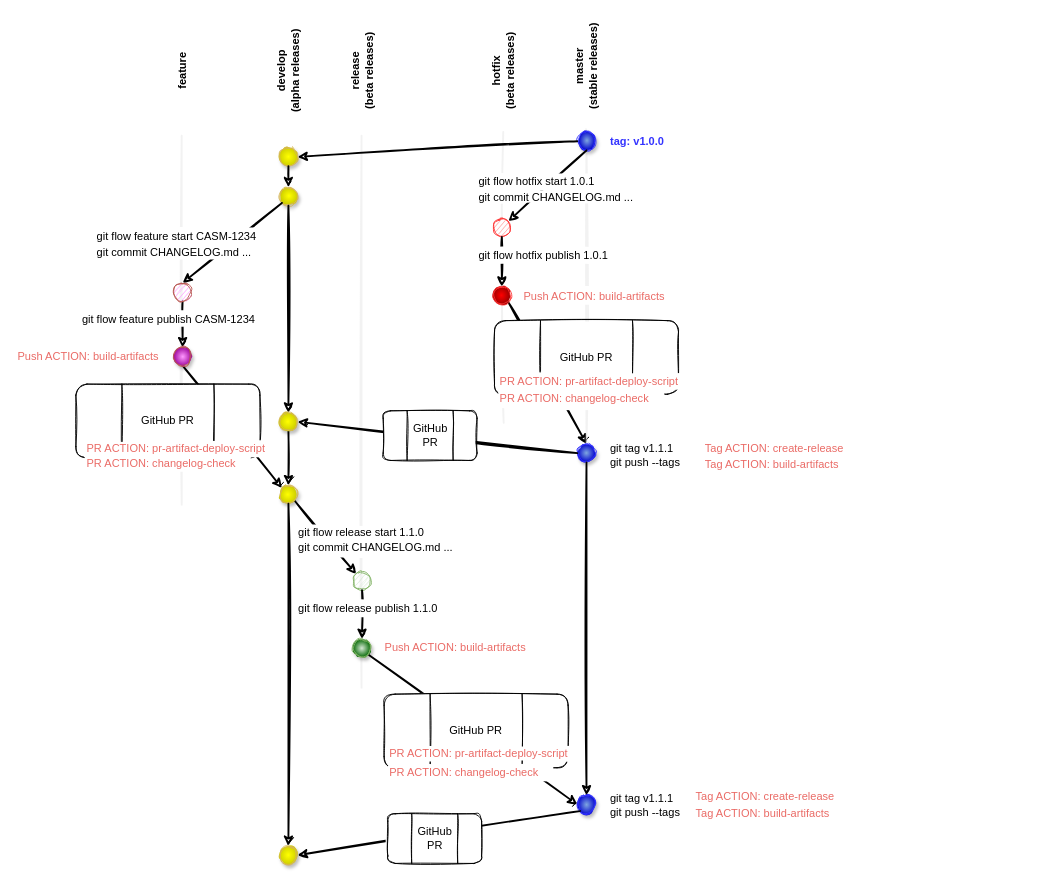
Before: diagrams/CSM Gitflow.drawio in rkleinman-hpe/gitflow, a draw.io diagram. Source tidied: cells renumbered, new cells numbered last; positions are measured from the earlier drawing's top-left corner, leaving out a move shared by most shapes. Both pictures are drawn from the tidied source at 92%, with x=0, y=0 at pixel (16, 52).
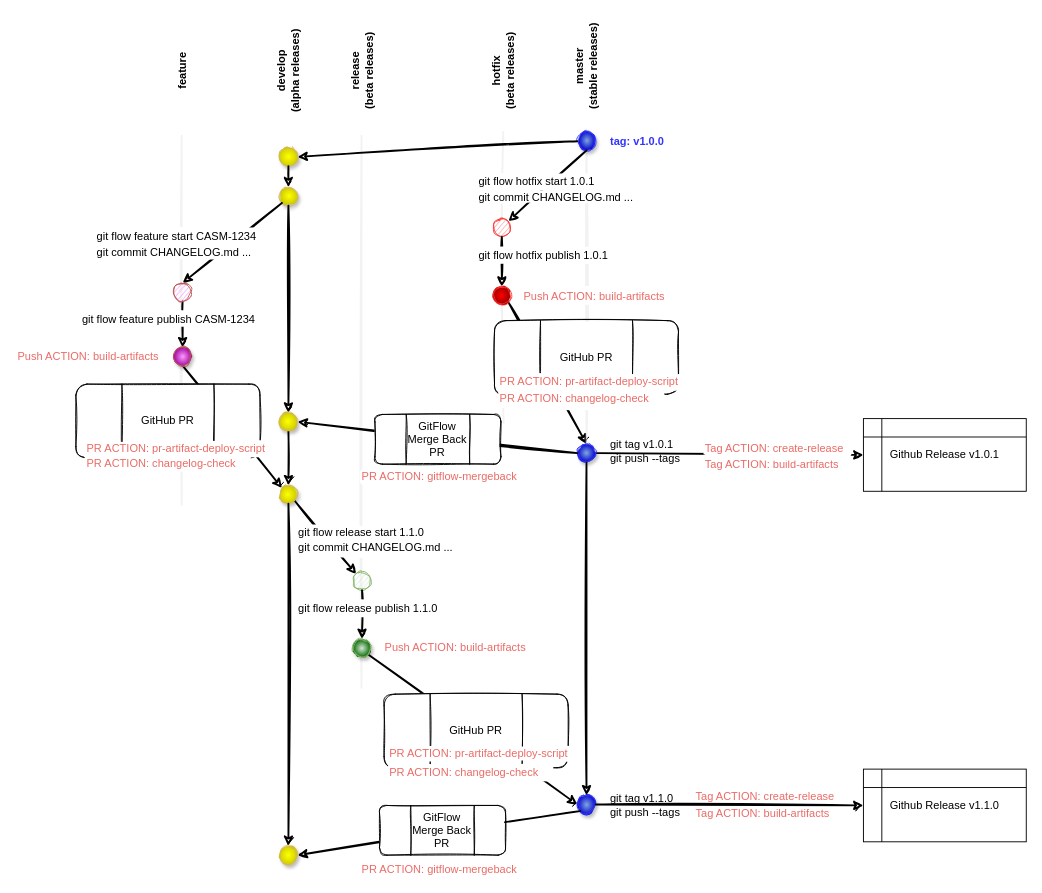
The same diagram, later.

Unchanged cells that the change refers to:
```xml
<mxCell id="40" style="ellipse;whiteSpace=wrap;html=1;fillColor=#7EA6E0;strokeColor=#3333FF;rounded=1;gradientColor=#0000CC;gradientDirection=radial;shadow=1;sketch=1;" parent="1" vertex="1">
  <mxGeometry x="610" y="807" width="20" height="20" as="geometry" />
</mxCell>
<mxCell id="58" style="ellipse;whiteSpace=wrap;html=1;fillColor=#7EA6E0;strokeColor=#3333FF;rounded=1;gradientColor=#0000CC;gradientDirection=radial;shadow=1;sketch=1;" parent="1" vertex="1">
  <mxGeometry x="610" y="425" width="20" height="20" as="geometry" />
</mxCell>
```

Diff of the diagram source:
```diff
@@
+    <mxCell id="76" style="rounded=1;jettySize=auto;html=1;exitX=1;exitY=0.5;exitDx=0;exitDy=0;entryX=0;entryY=0.5;entryDx=0;entryDy=0;endArrow=classic;endFill=1;startArrow=none;startFill=0;strokeWidth=2;sketch=1;" parent="1" edge="1" source="58" target="78">
+      <mxGeometry relative="1" as="geometry" />
+    </mxCell>
@@
     <mxCell id="57" value="&lt;font color=&quot;#ea6b66&quot;&gt;PR ACTION: pr-artifact-deploy-script&lt;/font&gt;" style="text;html=1;align=left;verticalAlign=middle;fillColor=default;strokeColor=none;rounded=1;glass=0;gradientColor=#ffffff;sketch=1;" parent="1" vertex="1">
-      <mxGeometry x="524" y="348" width="204" height="18" as="geometry" />
+      <mxGeometry x="524" y="349" width="204" height="18" as="geometry" />
     </mxCell>
@@
-    <mxCell id="62" value="GitHub PR" style="shape=process;whiteSpace=wrap;html=1;backgroundOutline=1;glass=0;fillColor=default;gradientColor=#ffffff;size=0.25;sketch=1;rounded=1;" parent="1" vertex="1">
-      <mxGeometry x="399" y="389" width="102" height="54" as="geometry" />
-    </mxCell>
@@
-    <mxCell id="64" value="&lt;font color=&quot;#000000&quot;&gt;git tag v1.1.1&lt;br&gt;git push --tags&lt;/font&gt;" style="text;html=1;align=left;verticalAlign=middle;fillColor=none;strokeColor=none;rounded=1;shadow=0;glass=0;sketch=1;fontColor=#EA6B66;" parent="1" vertex="1">
+    <mxCell id="64" value="&lt;font color=&quot;#000000&quot;&gt;git tag v1.1.0&lt;br&gt;git push --tags&lt;/font&gt;" style="text;html=1;align=left;verticalAlign=middle;fillColor=none;strokeColor=none;rounded=1;shadow=0;glass=0;sketch=1;fontColor=#EA6B66;" parent="1" vertex="1">
       <mxGeometry x="644" y="802" width="86" height="32" as="geometry" />
     </mxCell>
-    <mxCell id="65" value="&lt;font color=&quot;#000000&quot;&gt;git tag v1.1.1&lt;br&gt;git push --tags&lt;/font&gt;" style="text;html=1;align=left;verticalAlign=middle;fillColor=none;strokeColor=none;rounded=1;shadow=0;glass=0;sketch=1;fontColor=#EA6B66;" parent="1" vertex="1">
-      <mxGeometry x="644" y="421" width="86" height="32" as="geometry" />
-    </mxCell>
-    <mxCell id="66" value="&lt;font color=&quot;#ea6b66&quot;&gt;Tag ACTION: create-release&lt;/font&gt;" style="text;html=1;align=left;verticalAlign=middle;fillColor=default;strokeColor=none;rounded=1;glass=0;gradientColor=#ffffff;sketch=1;" parent="1" vertex="1">
-      <mxGeometry x="747" y="421" width="161" height="18" as="geometry" />
-    </mxCell>
@@
-    <mxCell id="73" value="GitHub PR" style="shape=process;whiteSpace=wrap;html=1;backgroundOutline=1;glass=0;fillColor=default;gradientColor=#ffffff;size=0.25;sketch=1;rounded=1;" parent="1" vertex="1">
-      <mxGeometry x="404" y="827" width="102" height="54" as="geometry" />
-    </mxCell>
@@
+    <mxCell id="77" value="Github Release v1.1.0" style="shape=internalStorage;whiteSpace=wrap;html=1;backgroundOutline=1;" parent="1" vertex="1">
+      <mxGeometry x="921" y="778.5" width="177" height="79" as="geometry" />
+    </mxCell>
+    <mxCell id="78" value="Github Release v1.0.1" style="shape=internalStorage;whiteSpace=wrap;html=1;backgroundOutline=1;" parent="1" vertex="1">
+      <mxGeometry x="921" y="397.5" width="177" height="79" as="geometry" />
+    </mxCell>
+    <mxCell id="62" value="GitFlow Merge Back PR" style="shape=process;whiteSpace=wrap;html=1;backgroundOutline=1;glass=0;fillColor=default;gradientColor=#ffffff;size=0.25;sketch=1;rounded=1;" parent="1" vertex="1">
+      <mxGeometry x="390" y="393" width="137" height="54" as="geometry" />
+    </mxCell>
+    <mxCell id="79" value="GitFlow Merge Back PR" style="shape=process;whiteSpace=wrap;html=1;backgroundOutline=1;glass=0;fillColor=default;gradientColor=#ffffff;size=0.25;sketch=1;rounded=1;" parent="1" vertex="1">
+      <mxGeometry x="395" y="818" width="137" height="54" as="geometry" />
+    </mxCell>
+    <mxCell id="80" value="&lt;font color=&quot;#ea6b66&quot;&gt;PR ACTION: gitflow-mergeback&lt;/font&gt;" style="text;html=1;align=left;verticalAlign=middle;fillColor=default;strokeColor=none;rounded=1;glass=0;gradientColor=#ffffff;sketch=1;" parent="1" vertex="1">
+      <mxGeometry x="374" y="452" width="179" height="18" as="geometry" />
+    </mxCell>
+    <mxCell id="81" value="&lt;font color=&quot;#ea6b66&quot;&gt;PR ACTION: gitflow-mergeback&lt;/font&gt;" style="text;html=1;align=left;verticalAlign=middle;fillColor=default;strokeColor=none;rounded=1;glass=0;gradientColor=#ffffff;sketch=1;" parent="1" vertex="1">
+      <mxGeometry x="374" y="879" width="179" height="18" as="geometry" />
+    </mxCell>
+    <mxCell id="66" value="&lt;font color=&quot;#ea6b66&quot;&gt;Tag ACTION: create-release&lt;/font&gt;" style="text;html=1;align=left;verticalAlign=middle;fillColor=default;strokeColor=none;rounded=1;glass=0;gradientColor=#ffffff;sketch=1;" parent="1" vertex="1">
+      <mxGeometry x="747" y="421" width="161" height="18" as="geometry" />
+    </mxCell>
+    <mxCell id="65" value="&lt;font color=&quot;#000000&quot;&gt;git tag v1.0.1&lt;br&gt;git push --tags&lt;/font&gt;" style="text;html=1;align=left;verticalAlign=middle;fillColor=default;strokeColor=none;rounded=1;shadow=0;glass=0;sketch=1;fontColor=#EA6B66;opacity=0;gradientColor=none;fillStyle=solid;" parent="1" vertex="1">
+      <mxGeometry x="644" y="417" width="86" height="32" as="geometry" />
+    </mxCell>
+    <mxCell id="82" style="rounded=1;jettySize=auto;html=1;exitX=1;exitY=0.5;exitDx=0;exitDy=0;entryX=0;entryY=0.5;entryDx=0;entryDy=0;endArrow=classic;endFill=1;startArrow=none;startFill=0;strokeWidth=2;sketch=1;" parent="1" edge="1" source="40" target="77">
+      <mxGeometry relative="1" as="geometry" />
+    </mxCell>
```
